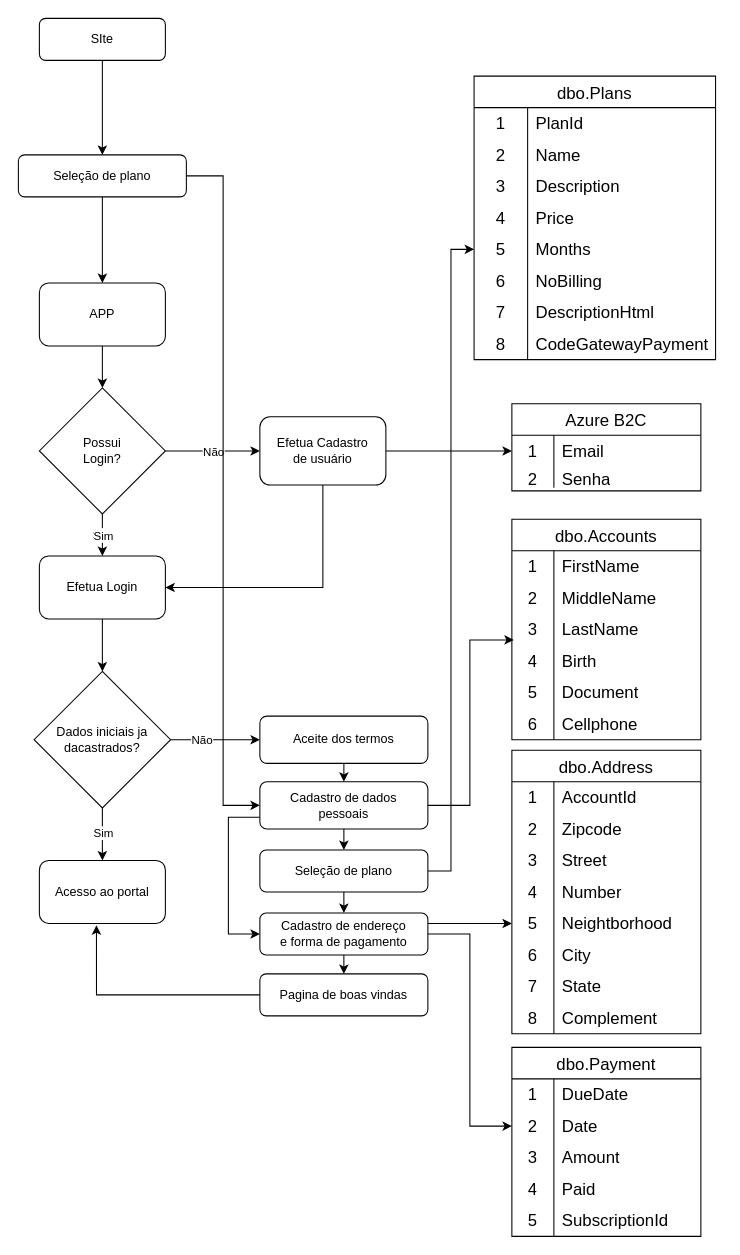
Before: GuardaDigitalLogin.drawio in Leonardocasilva/TestApi, a draw.io diagram. Source tidied: cells renumbered, new cells numbered last; positions are measured from the earlier drawing's top-left corner, leaving out a move shared by most shapes. Both pictures are drawn from the tidied source at 105%, with x=0, y=0 at pixel (18, 18).
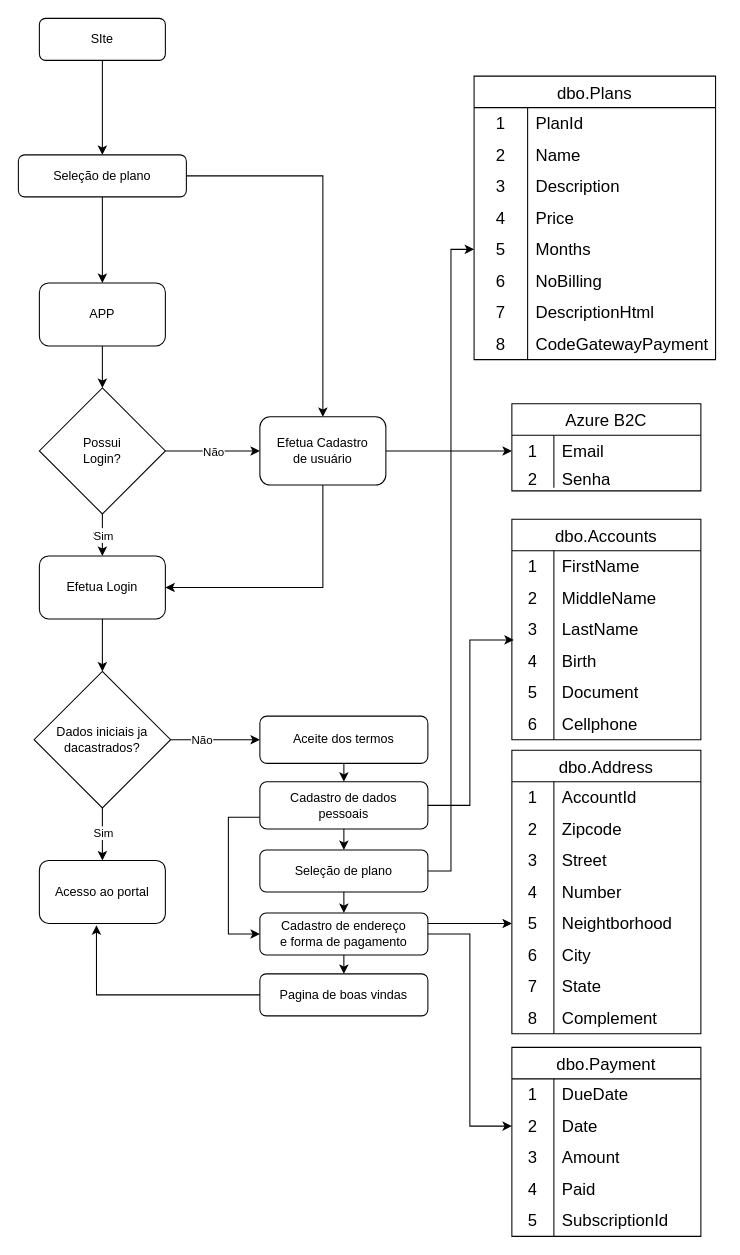
The same page after the edit.

Unchanged cells that the change refers to:
```xml
<mxCell id="12" value="Efetua Cadastro&lt;br&gt;de usuário" style="rounded=1;whiteSpace=wrap;html=1;" parent="1" vertex="1">
  <mxGeometry x="230" y="379.5" width="120" height="65" as="geometry" />
</mxCell>
<mxCell id="33" value="Cadastro de dados&lt;br&gt;pessoais" style="rounded=1;whiteSpace=wrap;html=1;" parent="1" vertex="1">
  <mxGeometry x="230" y="727" width="160" height="45" as="geometry" />
</mxCell>
<mxCell id="109" value="Seleção de plano" style="rounded=1;whiteSpace=wrap;html=1;" parent="1" vertex="1">
  <mxGeometry y="130" width="160" height="40" as="geometry" />
</mxCell>
```

The edit, as a diff of the source:
```diff
@@
-    <mxCell id="108" style="edgeStyle=orthogonalEdgeStyle;rounded=0;jettySize=auto;html=1;exitX=1;exitY=0.5;exitDx=0;exitDy=0;entryX=0;entryY=0.5;entryDx=0;entryDy=0;" parent="1" edge="1" source="109" target="33">
+    <mxCell id="108" style="edgeStyle=orthogonalEdgeStyle;rounded=0;jettySize=auto;html=1;exitX=1;exitY=0.5;exitDx=0;exitDy=0;entryX=0.5;entryY=0;entryDx=0;entryDy=0;" parent="1" edge="1" source="109" target="12">
       <mxGeometry relative="1" as="geometry" />
     </mxCell>
```
